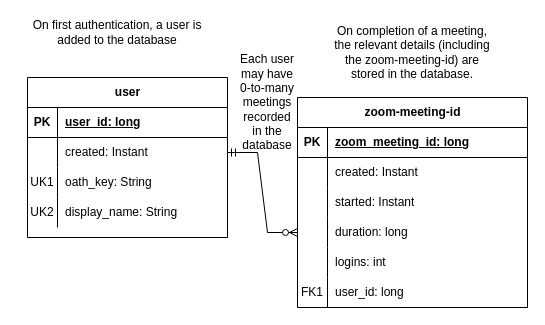
Earlier version of the draw.io diagram work/Zoom.drawio (ddc-java-16/zoom-attendance-smoralesss). Source tidied: cells renumbered, new cells numbered last; positions are measured from the earlier drawing's top-left corner, leaving out a move shared by most shapes. Both pictures are drawn from the tidied source at 100%, with x=0, y=0 at pixel (17, 17).
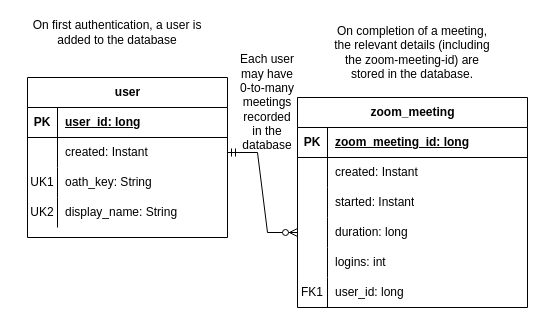
After the change.

Diff of the diagram source:
```diff
@@
-    <mxCell id="2" value="zoom-meeting-id" style="shape=table;startSize=30;childLayout=tableLayout;rowLines=0;fontStyle=1;align=center;html=1;" parent="1" vertex="1">
+    <mxCell id="2" value="zoom_meeting" style="shape=table;startSize=30;childLayout=tableLayout;rowLines=0;fontStyle=1;align=center;html=1;" parent="1" vertex="1">
       <mxGeometry x="280" y="80" width="230" height="210" as="geometry" />
     </mxCell>
```
